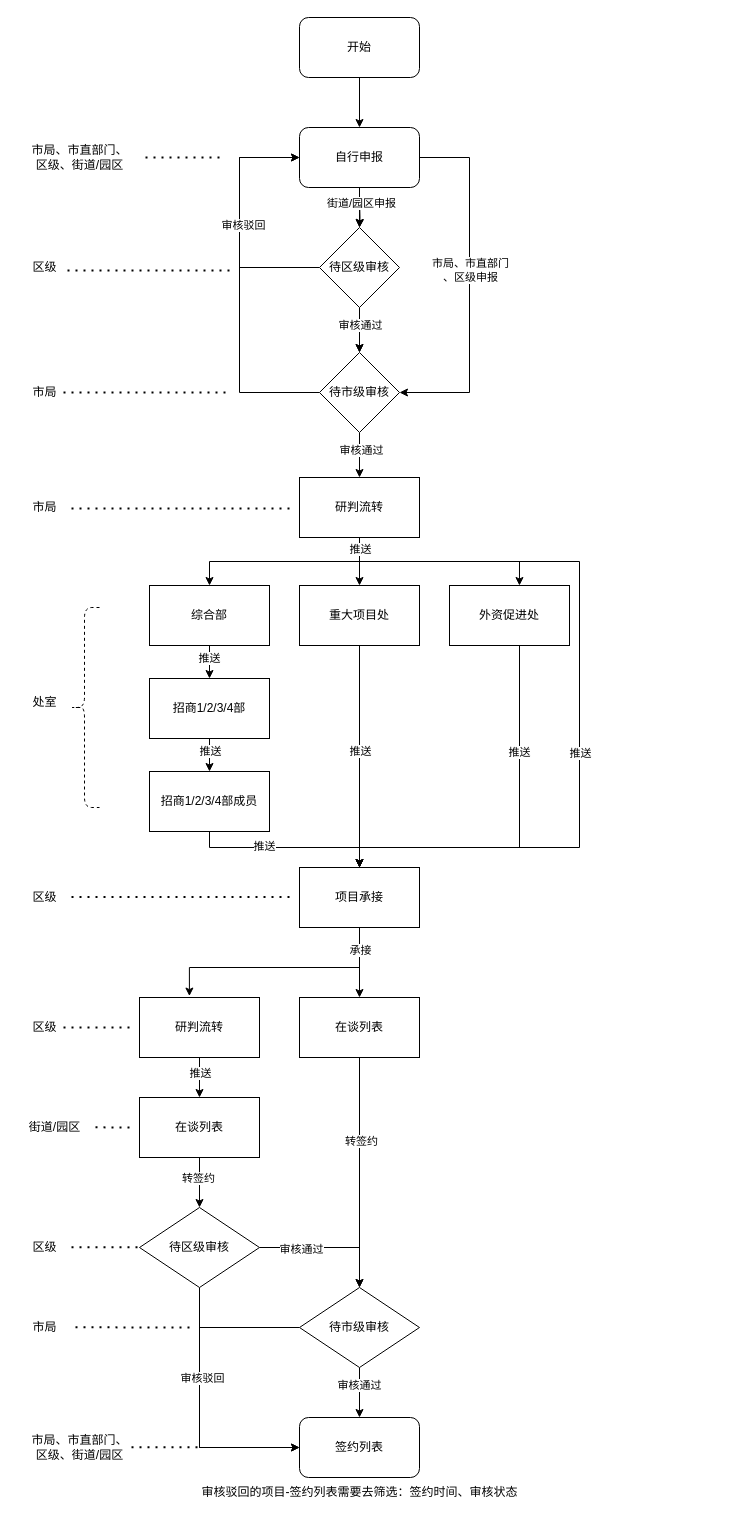
Before: 未命名绘图.drawio in Zkun6/666, a draw.io diagram. Source tidied: cells renumbered, new cells numbered last; positions are measured from the earlier drawing's top-left corner, leaving out a move shared by most shapes. Both pictures are drawn from the tidied source at 100%, with x=0, y=0 at pixel (19, 17).
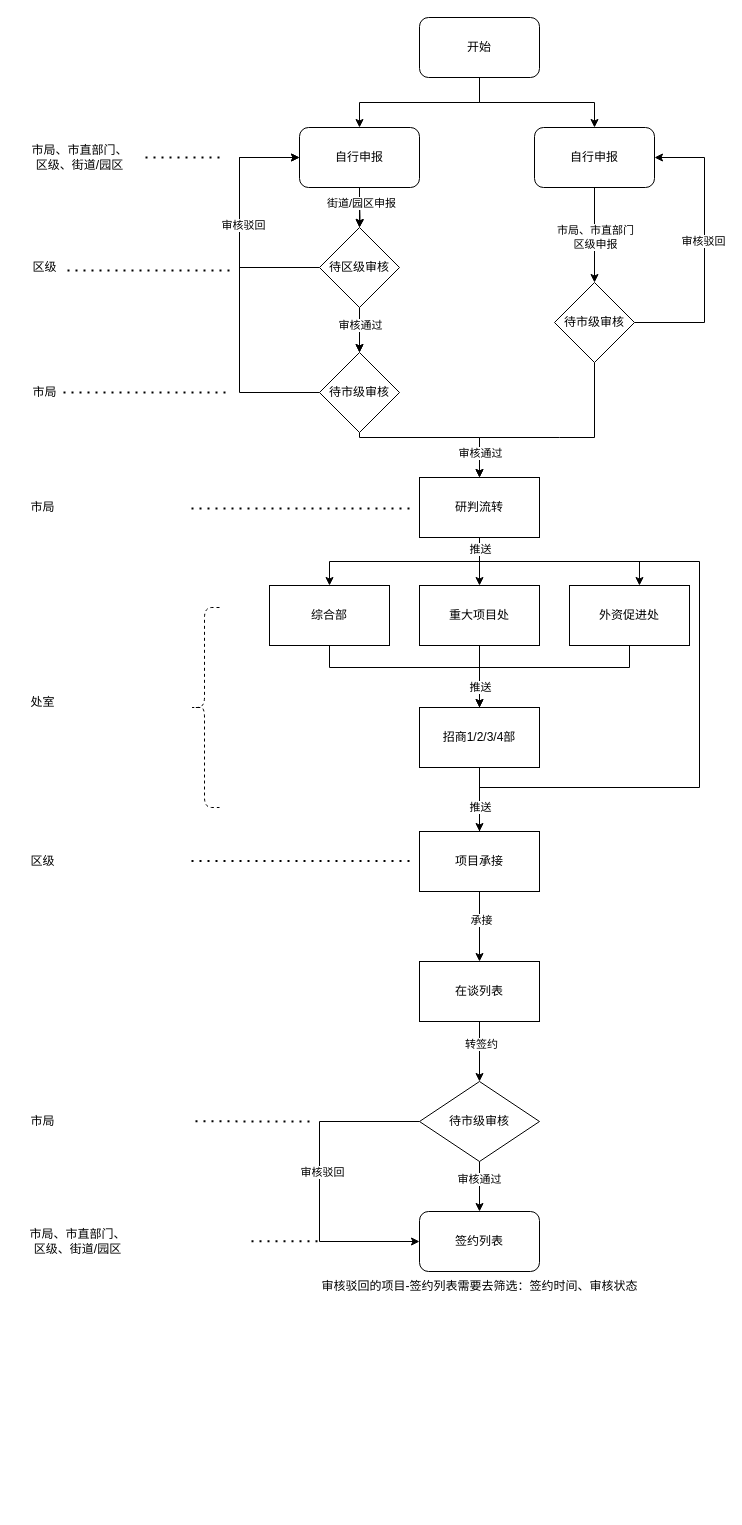
The same diagram, later.

Commit message:
更新未命名绘图.drawio

The change refers to these unchanged cells:
```xml
<mxCell id="8" value="自行申报" style="rounded=1;whiteSpace=wrap;html=1;" parent="1" vertex="1">
  <mxGeometry x="280" y="110" width="120" height="60" as="geometry" />
</mxCell>
<mxCell id="17" value="待市级审核" style="rhombus;whiteSpace=wrap;html=1;" parent="1" vertex="1">
  <mxGeometry x="300" y="335" width="80" height="80" as="geometry" />
</mxCell>
<mxCell id="47" style="edgeStyle=orthogonalEdgeStyle;rounded=0;jettySize=auto;html=1;" parent="1" edge="1" source="48" target="55">
  <mxGeometry relative="1" as="geometry" />
</mxCell>
```

Diff of the diagram source:
```diff
@@
+    <mxCell id="88" style="edgeStyle=orthogonalEdgeStyle;rounded=0;jettySize=auto;html=1;exitX=0.5;exitY=1;exitDx=0;exitDy=0;" parent="1" edge="1" source="3" target="98">
+      <mxGeometry relative="1" as="geometry" />
+    </mxCell>
     <mxCell id="3" value="开始" style="rounded=1;whiteSpace=wrap;html=1;" parent="1" vertex="1">
-      <mxGeometry x="280" width="120" height="60" as="geometry" />
+      <mxGeometry x="400" width="120" height="60" as="geometry" />
     </mxCell>
@@
-    <mxCell id="6" style="edgeStyle=orthogonalEdgeStyle;rounded=0;jettySize=auto;html=1;entryX=1;entryY=0.5;entryDx=0;entryDy=0;" parent="1" edge="1" source="8" target="17">
-      <mxGeometry relative="1" as="geometry">
-        <Array as="points">
-          <mxPoint x="450" y="140" />
-          <mxPoint x="450" y="375" />
-        </Array>
-      </mxGeometry>
-    </mxCell>
-    <mxCell id="7" value="市局、市直部门&lt;br&gt;、区级申报" style="edgeLabel;html=1;align=center;verticalAlign=middle;" parent="6" vertex="1">
-      <mxGeometry x="-0.09" relative="1" as="geometry" />
-    </mxCell>
@@
     <mxCell id="15" style="edgeStyle=orthogonalEdgeStyle;rounded=0;jettySize=auto;html=1;exitX=0.5;exitY=1;exitDx=0;exitDy=0;entryX=0.5;entryY=0;entryDx=0;entryDy=0;" parent="1" edge="1" source="17" target="27">
-      <mxGeometry relative="1" as="geometry" />
+      <mxGeometry relative="1" as="geometry">
+        <Array as="points">
+          <mxPoint x="340" y="420" />
+          <mxPoint x="460" y="420" />
+        </Array>
+      </mxGeometry>
     </mxCell>
-    <mxCell id="16" value="审核通过" style="edgeLabel;html=1;align=center;verticalAlign=middle;" parent="15" vertex="1">
-      <mxGeometry x="-0.26" y="1" relative="1" as="geometry" />
-    </mxCell>
@@
-    <mxCell id="23" style="edgeStyle=orthogonalEdgeStyle;rounded=0;jettySize=auto;html=1;exitX=0.5;exitY=1;exitDx=0;exitDy=0;entryX=0.5;entryY=0;entryDx=0;entryDy=0;" parent="1" edge="1" source="27" target="34">
-      <mxGeometry relative="1" as="geometry" />
+    <mxCell id="23" style="edgeStyle=orthogonalEdgeStyle;rounded=0;jettySize=auto;html=1;exitX=0.5;exitY=1;exitDx=0;exitDy=0;entryX=0.5;entryY=0;entryDx=0;entryDy=0;" parent="1" edge="1" source="27">
+      <mxGeometry relative="1" as="geometry">
+        <mxPoint x="460" y="568" as="targetPoint" />
+      </mxGeometry>
     </mxCell>
@@
     <mxCell id="25" style="edgeStyle=orthogonalEdgeStyle;rounded=0;orthogonalLoop=1;jettySize=auto;html=1;" parent="1" edge="1">
       <mxGeometry relative="1" as="geometry">
-        <mxPoint x="340" y="520" as="sourcePoint" />
-        <mxPoint x="340" y="850" as="targetPoint" />
+        <mxPoint x="460" y="520" as="sourcePoint" />
+        <mxPoint x="460" y="850" as="targetPoint" />
         <Array as="points">
-          <mxPoint x="340" y="544" />
-          <mxPoint x="560" y="544" />
-          <mxPoint x="560" y="830" />
-          <mxPoint x="340" y="830" />
+          <mxPoint x="460" y="544" />
+          <mxPoint x="680" y="544" />
+          <mxPoint x="680" y="770" />
+          <mxPoint x="460" y="770" />
         </Array>
       </mxGeometry>
     </mxCell>
-    <mxCell id="26" value="推送" style="edgeLabel;html=1;align=center;verticalAlign=middle;" parent="25" vertex="1">
-      <mxGeometry x="0.13" relative="1" as="geometry" />
-    </mxCell>
     <mxCell id="27" value="研判流转" style="whiteSpace=wrap;html=1;" parent="1" vertex="1">
-      <mxGeometry x="280" y="460" width="120" height="60" as="geometry" />
+      <mxGeometry x="400" y="460" width="120" height="60" as="geometry" />
     </mxCell>
     <mxCell id="28" value="市局" style="text;html=1;align=center;verticalAlign=middle;strokeColor=none;fillColor=none;" parent="1" vertex="1">
-      <mxGeometry y="475" width="50" height="30" as="geometry" />
+      <mxGeometry x="-2" y="475" width="50" height="30" as="geometry" />
     </mxCell>
-    <mxCell id="29" style="edgeStyle=orthogonalEdgeStyle;rounded=0;jettySize=auto;html=1;exitX=0.5;exitY=1;exitDx=0;exitDy=0;entryX=0.5;entryY=0;entryDx=0;entryDy=0;" parent="1" edge="1" source="31" target="43">
-      <mxGeometry relative="1" as="geometry" />
-    </mxCell>
-    <mxCell id="30" value="推送" style="edgeLabel;html=1;align=center;verticalAlign=middle;" parent="29" vertex="1">
-      <mxGeometry x="-0.25" y="-1" relative="1" as="geometry" />
-    </mxCell>
+    <mxCell id="89" style="edgeStyle=orthogonalEdgeStyle;rounded=0;jettySize=auto;html=1;exitX=0.5;exitY=1;exitDx=0;exitDy=0;" parent="1" edge="1" source="31">
+      <mxGeometry relative="1" as="geometry">
+        <mxPoint x="460" y="730" as="targetPoint" />
+        <Array as="points">
+          <mxPoint x="310" y="650" />
+          <mxPoint x="460" y="650" />
+        </Array>
+      </mxGeometry>
+    </mxCell>
     <mxCell id="31" value="综合部" style="whiteSpace=wrap;html=1;" parent="1" vertex="1">
-      <mxGeometry x="130" y="568" width="120" height="60" as="geometry" />
+      <mxGeometry x="250" y="568" width="120" height="60" as="geometry" />
     </mxCell>
-    <mxCell id="32" style="edgeStyle=orthogonalEdgeStyle;rounded=0;jettySize=auto;html=1;entryX=0.5;entryY=0;entryDx=0;entryDy=0;" parent="1" edge="1" source="34" target="48">
-      <mxGeometry relative="1" as="geometry" />
-    </mxCell>
-    <mxCell id="33" value="推送" style="edgeLabel;html=1;align=center;verticalAlign=middle;" parent="32" vertex="1">
-      <mxGeometry x="-0.08" y="1" relative="1" as="geometry">
-        <mxPoint x="-1" y="3" as="offset" />
-      </mxGeometry>
-    </mxCell>
-    <mxCell id="34" value="重大项目处" style="whiteSpace=wrap;html=1;" parent="1" vertex="1">
-      <mxGeometry x="280" y="568" width="120" height="60" as="geometry" />
-    </mxCell>
-    <mxCell id="35" style="edgeStyle=orthogonalEdgeStyle;rounded=0;jettySize=auto;html=1;exitX=0.5;exitY=1;exitDx=0;exitDy=0;entryX=0.5;entryY=0;entryDx=0;entryDy=0;" parent="1" edge="1" target="48">
-      <mxGeometry relative="1" as="geometry">
-        <mxPoint x="500" y="620" as="sourcePoint" />
-        <Array as="points">
-          <mxPoint x="500" y="830" />
-          <mxPoint x="340" y="830" />
-        </Array>
-      </mxGeometry>
-    </mxCell>
-    <mxCell id="36" value="推送" style="edgeLabel;html=1;align=center;verticalAlign=middle;" parent="35" vertex="1">
-      <mxGeometry x="-0.42" y="-1" relative="1" as="geometry">
-        <mxPoint y="1" as="offset" />
-      </mxGeometry>
-    </mxCell>
+    <mxCell id="90" style="edgeStyle=orthogonalEdgeStyle;rounded=0;jettySize=auto;html=1;" parent="1" edge="1" source="43">
+      <mxGeometry relative="1" as="geometry">
+        <mxPoint x="460" y="730" as="targetPoint" />
+        <Array as="points">
+          <mxPoint x="460" y="650" />
+        </Array>
+      </mxGeometry>
+    </mxCell>
     <mxCell id="37" value="外资促进处" style="whiteSpace=wrap;html=1;" parent="1" vertex="1">
-      <mxGeometry x="430" y="568" width="120" height="60" as="geometry" />
+      <mxGeometry x="550" y="568" width="120" height="60" as="geometry" />
     </mxCell>
@@
     <mxCell id="40" value="处室" style="text;html=1;align=center;verticalAlign=middle;strokeColor=none;fillColor=none;" parent="1" vertex="1">
-      <mxGeometry y="670" width="50" height="30" as="geometry" />
+      <mxGeometry x="-2" y="670" width="50" height="30" as="geometry" />
     </mxCell>
-    <mxCell id="41" style="edgeStyle=orthogonalEdgeStyle;rounded=0;jettySize=auto;html=1;exitX=0.5;exitY=1;exitDx=0;exitDy=0;entryX=0.5;entryY=0;entryDx=0;entryDy=0;" parent="1" edge="1" source="43" target="46">
-      <mxGeometry relative="1" as="geometry" />
-    </mxCell>
-    <mxCell id="42" value="推送" style="edgeLabel;html=1;align=center;verticalAlign=middle;" parent="41" vertex="1">
-      <mxGeometry x="-0.27" relative="1" as="geometry" />
-    </mxCell>
-    <mxCell id="43" value="招商1/2/3/4部" style="whiteSpace=wrap;html=1;" parent="1" vertex="1">
-      <mxGeometry x="130" y="661" width="120" height="60" as="geometry" />
-    </mxCell>
-    <mxCell id="44" style="edgeStyle=orthogonalEdgeStyle;rounded=0;jettySize=auto;html=1;exitX=0.5;exitY=1;exitDx=0;exitDy=0;entryX=0.5;entryY=0;entryDx=0;entryDy=0;" parent="1" edge="1" source="46" target="48">
-      <mxGeometry relative="1" as="geometry">
-        <Array as="points">
-          <mxPoint x="190" y="830" />
-          <mxPoint x="340" y="830" />
-        </Array>
-      </mxGeometry>
-    </mxCell>
-    <mxCell id="45" value="推送" style="edgeLabel;html=1;align=center;verticalAlign=middle;" parent="44" vertex="1">
-      <mxGeometry x="-0.25" y="2" relative="1" as="geometry" />
-    </mxCell>
-    <mxCell id="46" value="招商1/2/3/4部成员" style="whiteSpace=wrap;html=1;" parent="1" vertex="1">
-      <mxGeometry x="130" y="754" width="120" height="60" as="geometry" />
-    </mxCell>
+    <mxCell id="91" style="edgeStyle=orthogonalEdgeStyle;rounded=0;jettySize=auto;html=1;entryX=0.5;entryY=0;entryDx=0;entryDy=0;" parent="1" edge="1" source="43" target="48">
+      <mxGeometry relative="1" as="geometry" />
+    </mxCell>
+    <mxCell id="92" value="推送" style="edgeLabel;html=1;align=center;verticalAlign=middle;" parent="91" vertex="1">
+      <mxGeometry x="0.04" y="1" relative="1" as="geometry">
+        <mxPoint x="-1" y="6" as="offset" />
+      </mxGeometry>
+    </mxCell>
@@
+    <mxCell id="57" value="承接" style="edgeLabel;html=1;align=center;verticalAlign=middle;" parent="47" vertex="1">
+      <mxGeometry x="-0.19" y="1" relative="1" as="geometry" />
+    </mxCell>
     <mxCell id="48" value="项目承接" style="whiteSpace=wrap;html=1;" parent="1" vertex="1">
-      <mxGeometry x="280" y="850" width="120" height="60" as="geometry" />
+      <mxGeometry x="400" y="814" width="120" height="60" as="geometry" />
     </mxCell>
     <mxCell id="49" value="区级" style="text;html=1;align=center;verticalAlign=middle;strokeColor=none;fillColor=none;" parent="1" vertex="1">
-      <mxGeometry y="865" width="50" height="30" as="geometry" />
+      <mxGeometry x="-2" y="829" width="50" height="30" as="geometry" />
     </mxCell>
-    <mxCell id="50" style="edgeStyle=orthogonalEdgeStyle;rounded=0;jettySize=auto;html=1;" parent="1" edge="1" source="52" target="61">
-      <mxGeometry relative="1" as="geometry" />
-    </mxCell>
-    <mxCell id="51" value="推送" style="edgeLabel;html=1;align=center;verticalAlign=middle;" parent="50" vertex="1">
-      <mxGeometry x="-0.24" relative="1" as="geometry" />
-    </mxCell>
-    <mxCell id="52" value="研判流转" style="rounded=0;whiteSpace=wrap;html=1;" parent="1" vertex="1">
-      <mxGeometry x="120" y="980" width="120" height="60" as="geometry" />
-    </mxCell>
@@
     <mxCell id="55" value="在谈列表" style="whiteSpace=wrap;html=1;" parent="1" vertex="1">
-      <mxGeometry x="280" y="980" width="120" height="60" as="geometry" />
+      <mxGeometry x="400" y="944" width="120" height="60" as="geometry" />
     </mxCell>
-    <mxCell id="56" style="edgeStyle=orthogonalEdgeStyle;rounded=0;jettySize=auto;html=1;entryX=0.416;entryY=-0.024;entryDx=0;entryDy=0;entryPerimeter=0;" parent="1" edge="1" target="52">
-      <mxGeometry relative="1" as="geometry">
-        <mxPoint x="340" y="910" as="sourcePoint" />
-        <Array as="points">
-          <mxPoint x="340" y="950" />
-          <mxPoint x="170" y="950" />
-        </Array>
-      </mxGeometry>
-    </mxCell>
-    <mxCell id="57" value="承接" style="edgeLabel;html=1;align=center;verticalAlign=middle;" parent="56" vertex="1">
-      <mxGeometry x="-0.85" relative="1" as="geometry">
-        <mxPoint y="4" as="offset" />
-      </mxGeometry>
-    </mxCell>
-    <mxCell id="58" value="区级" style="text;html=1;align=center;verticalAlign=middle;strokeColor=none;fillColor=none;" parent="1" vertex="1">
-      <mxGeometry y="995" width="50" height="30" as="geometry" />
-    </mxCell>
-    <mxCell id="59" style="edgeStyle=orthogonalEdgeStyle;rounded=0;jettySize=auto;html=1;exitX=0.5;exitY=1;exitDx=0;exitDy=0;entryX=0.5;entryY=0;entryDx=0;entryDy=0;" parent="1" edge="1" source="61" target="66">
-      <mxGeometry relative="1" as="geometry" />
-    </mxCell>
-    <mxCell id="60" value="转签约" style="edgeLabel;html=1;align=center;verticalAlign=middle;" parent="59" vertex="1">
-      <mxGeometry x="-0.22" y="-2" relative="1" as="geometry" />
-    </mxCell>
-    <mxCell id="61" value="在谈列表" style="whiteSpace=wrap;html=1;rounded=0;" parent="1" vertex="1">
-      <mxGeometry x="120" y="1080" width="120" height="60" as="geometry" />
-    </mxCell>
-    <mxCell id="62" value="街道/园区" style="text;html=1;align=center;verticalAlign=middle;strokeColor=none;fillColor=none;" parent="1" vertex="1">
-      <mxGeometry y="1095" width="70" height="30" as="geometry" />
-    </mxCell>
-    <mxCell id="63" style="edgeStyle=orthogonalEdgeStyle;rounded=0;jettySize=auto;html=1;entryX=0.5;entryY=0;entryDx=0;entryDy=0;" parent="1" edge="1" source="66" target="71">
-      <mxGeometry relative="1" as="geometry" />
-    </mxCell>
-    <mxCell id="64" value="审核通过" style="edgeLabel;html=1;align=center;verticalAlign=middle;" parent="63" vertex="1">
-      <mxGeometry x="-0.42" y="-1" relative="1" as="geometry" />
-    </mxCell>
-    <mxCell id="65" style="edgeStyle=orthogonalEdgeStyle;rounded=0;jettySize=auto;html=1;exitX=0.5;exitY=1;exitDx=0;exitDy=0;entryX=0;entryY=0.5;entryDx=0;entryDy=0;" parent="1" edge="1" source="66" target="74">
-      <mxGeometry relative="1" as="geometry" />
-    </mxCell>
-    <mxCell id="66" value="待区级审核" style="rhombus;whiteSpace=wrap;html=1;" parent="1" vertex="1">
-      <mxGeometry x="120" y="1190" width="120" height="80" as="geometry" />
-    </mxCell>
@@
     <mxCell id="69" style="edgeStyle=orthogonalEdgeStyle;rounded=0;jettySize=auto;html=1;exitX=0;exitY=0.5;exitDx=0;exitDy=0;entryX=0;entryY=0.5;entryDx=0;entryDy=0;" parent="1" edge="1" source="71" target="74">
       <mxGeometry relative="1" as="geometry">
         <Array as="points">
-          <mxPoint x="180" y="1310" />
-          <mxPoint x="180" y="1430" />
+          <mxPoint x="300" y="1104" />
+          <mxPoint x="300" y="1224" />
         </Array>
       </mxGeometry>
     </mxCell>
@@
     <mxCell id="71" value="待市级审核" style="rhombus;whiteSpace=wrap;html=1;" parent="1" vertex="1">
-      <mxGeometry x="280" y="1270" width="120" height="80" as="geometry" />
+      <mxGeometry x="400" y="1064" width="120" height="80" as="geometry" />
     </mxCell>
-    <mxCell id="72" value="区级" style="text;html=1;align=center;verticalAlign=middle;strokeColor=none;fillColor=none;" parent="1" vertex="1">
-      <mxGeometry y="1215" width="50" height="30" as="geometry" />
-    </mxCell>
     <mxCell id="73" value="市局" style="text;html=1;align=center;verticalAlign=middle;strokeColor=none;fillColor=none;" parent="1" vertex="1">
-      <mxGeometry y="1295" width="50" height="30" as="geometry" />
+      <mxGeometry x="-2" y="1089" width="50" height="30" as="geometry" />
     </mxCell>
     <mxCell id="74" value="签约列表" style="rounded=1;whiteSpace=wrap;html=1;" parent="1" vertex="1">
-      <mxGeometry x="280" y="1400" width="120" height="60" as="geometry" />
+      <mxGeometry x="400" y="1194" width="120" height="60" as="geometry" />
     </mxCell>
     <mxCell id="75" value="市局、市直部门、&lt;br&gt;区级、街道/园区" style="text;html=1;align=center;verticalAlign=middle;strokeColor=none;fillColor=none;" parent="1" vertex="1">
-      <mxGeometry y="1410" width="120" height="40" as="geometry" />
+      <mxGeometry x="-2" y="1204" width="120" height="40" as="geometry" />
     </mxCell>
     <mxCell id="76" value="审核驳回的项目-签约列表需要去筛选：签约时间、审核状态" style="text;html=1;align=center;verticalAlign=middle;strokeColor=none;fillColor=none;" parent="1" vertex="1">
-      <mxGeometry x="170" y="1460" width="340" height="30" as="geometry" />
+      <mxGeometry x="290" y="1254" width="340" height="30" as="geometry" />
     </mxCell>
@@
     <mxCell id="80" style="endArrow=none;dashed=1;html=1;dashPattern=1 3;strokeWidth=2;rounded=0;entryX=0.934;entryY=0.599;entryDx=0;entryDy=0;entryPerimeter=0;" parent="1" edge="1">
       <mxGeometry relative="1" as="geometry">
-        <mxPoint x="270" y="491" as="sourcePoint" />
-        <mxPoint x="50" y="491" as="targetPoint" />
+        <mxPoint x="390" y="491" as="sourcePoint" />
+        <mxPoint x="170" y="491" as="targetPoint" />
       </mxGeometry>
     </mxCell>
     <mxCell id="81" style="shape=curlyBracket;whiteSpace=wrap;html=1;rounded=1;labelPosition=left;verticalLabelPosition=middle;align=right;verticalAlign=middle;dashed=1;" parent="1" vertex="1">
-      <mxGeometry x="50" y="590" width="30" height="200" as="geometry" />
+      <mxGeometry x="170" y="590" width="30" height="200" as="geometry" />
     </mxCell>
     <mxCell id="82" style="endArrow=none;dashed=1;html=1;dashPattern=1 3;strokeWidth=2;rounded=0;entryX=0.934;entryY=0.599;entryDx=0;entryDy=0;entryPerimeter=0;" parent="1" edge="1">
       <mxGeometry relative="1" as="geometry">
-        <mxPoint x="270" y="879.5" as="sourcePoint" />
-        <mxPoint x="50" y="879.5" as="targetPoint" />
+        <mxPoint x="390" y="843.5" as="sourcePoint" />
+        <mxPoint x="170" y="843.5" as="targetPoint" />
       </mxGeometry>
     </mxCell>
-    <mxCell id="83" style="endArrow=none;dashed=1;html=1;dashPattern=1 3;strokeWidth=2;rounded=0;" parent="1" edge="1">
-      <mxGeometry relative="1" as="geometry">
-        <mxPoint x="110" y="1010" as="sourcePoint" />
-        <mxPoint x="42" y="1010" as="targetPoint" />
-      </mxGeometry>
-    </mxCell>
-    <mxCell id="84" style="endArrow=none;dashed=1;html=1;dashPattern=1 3;strokeWidth=2;rounded=0;" parent="1" edge="1">
-      <mxGeometry relative="1" as="geometry">
-        <mxPoint x="110" y="1110" as="sourcePoint" />
-        <mxPoint x="70" y="1109.8" as="targetPoint" />
-      </mxGeometry>
-    </mxCell>
-    <mxCell id="85" style="endArrow=none;dashed=1;html=1;dashPattern=1 3;strokeWidth=2;rounded=0;" parent="1" edge="1">
-      <mxGeometry relative="1" as="geometry">
-        <mxPoint x="118" y="1229.8" as="sourcePoint" />
-        <mxPoint x="50" y="1229.8" as="targetPoint" />
-      </mxGeometry>
-    </mxCell>
     <mxCell id="86" style="endArrow=none;dashed=1;html=1;dashPattern=1 3;strokeWidth=2;rounded=0;" parent="1" edge="1">
       <mxGeometry relative="1" as="geometry">
-        <mxPoint x="170" y="1310" as="sourcePoint" />
-        <mxPoint x="52" y="1309.8" as="targetPoint" />
+        <mxPoint x="290" y="1104" as="sourcePoint" />
+        <mxPoint x="172" y="1103.8" as="targetPoint" />
       </mxGeometry>
     </mxCell>
     <mxCell id="87" style="endArrow=none;dashed=1;html=1;dashPattern=1 3;strokeWidth=2;rounded=0;" parent="1" edge="1">
       <mxGeometry relative="1" as="geometry">
-        <mxPoint x="178" y="1429.8" as="sourcePoint" />
-        <mxPoint x="110" y="1429.8" as="targetPoint" />
+        <mxPoint x="298" y="1223.8" as="sourcePoint" />
+        <mxPoint x="230" y="1223.8" as="targetPoint" />
       </mxGeometry>
     </mxCell>
+    <mxCell id="93" style="edgeStyle=orthogonalEdgeStyle;rounded=0;jettySize=auto;html=1;entryX=0.5;entryY=0;entryDx=0;entryDy=0;" parent="1" edge="1" source="34" target="43">
+      <mxGeometry relative="1" as="geometry" />
+    </mxCell>
+    <mxCell id="34" value="重大项目处" style="whiteSpace=wrap;html=1;" parent="1" vertex="1">
+      <mxGeometry x="400" y="568" width="120" height="60" as="geometry" />
+    </mxCell>
+    <mxCell id="94" style="edgeStyle=orthogonalEdgeStyle;rounded=0;jettySize=auto;html=1;" parent="1" edge="1" source="37" target="43">
+      <mxGeometry relative="1" as="geometry">
+        <Array as="points">
+          <mxPoint x="610" y="650" />
+        </Array>
+      </mxGeometry>
+    </mxCell>
+    <mxCell id="95" value="推送" style="edgeLabel;html=1;align=center;verticalAlign=middle;" parent="94" vertex="1">
+      <mxGeometry x="0.66" y="-1" relative="1" as="geometry">
+        <mxPoint x="1" y="15" as="offset" />
+      </mxGeometry>
+    </mxCell>
+    <mxCell id="43" value="招商1/2/3/4部" style="whiteSpace=wrap;html=1;" parent="1" vertex="1">
+      <mxGeometry x="400" y="690" width="120" height="60" as="geometry" />
+    </mxCell>
+    <mxCell id="96" style="edgeStyle=orthogonalEdgeStyle;rounded=0;jettySize=auto;html=1;exitX=0.5;exitY=1;exitDx=0;exitDy=0;entryX=0.5;entryY=0;entryDx=0;entryDy=0;" parent="1" edge="1" source="98" target="103">
+      <mxGeometry relative="1" as="geometry" />
+    </mxCell>
+    <mxCell id="97" value="市局、市直部门&lt;br&gt;区级申报" style="edgeLabel;html=1;align=center;verticalAlign=middle;" parent="96" vertex="1">
+      <mxGeometry x="-0.17" y="-2" relative="1" as="geometry">
+        <mxPoint x="2" y="10" as="offset" />
+      </mxGeometry>
+    </mxCell>
+    <mxCell id="98" value="自行申报" style="rounded=1;whiteSpace=wrap;html=1;" parent="1" vertex="1">
+      <mxGeometry x="515" y="110" width="120" height="60" as="geometry" />
+    </mxCell>
+    <mxCell id="99" style="edgeStyle=orthogonalEdgeStyle;rounded=0;jettySize=auto;html=1;exitX=0.5;exitY=1;exitDx=0;exitDy=0;entryX=0.5;entryY=0;entryDx=0;entryDy=0;" parent="1" edge="1" source="103" target="27">
+      <mxGeometry relative="1" as="geometry">
+        <Array as="points">
+          <mxPoint x="540" y="420" />
+          <mxPoint x="340" y="420" />
+        </Array>
+      </mxGeometry>
+    </mxCell>
+    <mxCell id="100" value="审核通过" style="edgeLabel;html=1;align=center;verticalAlign=middle;" parent="99" vertex="1">
+      <mxGeometry x="0.88" y="2" relative="1" as="geometry">
+        <mxPoint x="-2" y="-11" as="offset" />
+      </mxGeometry>
+    </mxCell>
+    <mxCell id="101" style="edgeStyle=orthogonalEdgeStyle;rounded=0;jettySize=auto;html=1;exitX=1;exitY=0.5;exitDx=0;exitDy=0;entryX=1;entryY=0.5;entryDx=0;entryDy=0;" parent="1" edge="1" source="103" target="98">
+      <mxGeometry relative="1" as="geometry">
+        <Array as="points">
+          <mxPoint x="685" y="305" />
+          <mxPoint x="685" y="140" />
+        </Array>
+      </mxGeometry>
+    </mxCell>
+    <mxCell id="102" value="审核驳回" style="edgeLabel;html=1;align=center;verticalAlign=middle;" parent="101" vertex="1">
+      <mxGeometry x="0.06" y="2" relative="1" as="geometry">
+        <mxPoint y="-1" as="offset" />
+      </mxGeometry>
+    </mxCell>
+    <mxCell id="103" value="待市级审核" style="rhombus;whiteSpace=wrap;html=1;" parent="1" vertex="1">
+      <mxGeometry x="535" y="265" width="80" height="80" as="geometry" />
+    </mxCell>
```
